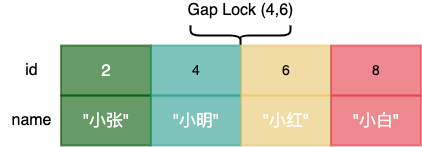
This is img/mysql/mysql-next-key-case-1.png from boilingfrog/Go-POINT, a draw.io export, as it was before one commit. Source tidied: cells renumbered, new cells last; positions are measured from the earlier drawing's top-left corner, leaving out a move shared by most shapes. Source of this version:
```xml
<mxGraphModel>
  <root>
    <mxCell id="0" />
    <mxCell id="1" parent="0" />
    <mxCell id="2" value="&lt;span style=&quot;font-size: 17px&quot;&gt;2&lt;/span&gt;" style="rounded=0;whiteSpace=wrap;html=1;fillStyle=auto;fontSize=14;strokeColor=#005700;strokeWidth=2;fillColor=#005700;fontColor=#ffffff;opacity=60;" parent="1" vertex="1">
      <mxGeometry x="60.5" y="45" width="90" height="50" as="geometry" />
    </mxCell>
    <mxCell id="3" value="4" style="rounded=0;whiteSpace=wrap;html=1;fillStyle=auto;fontSize=14;strokeColor=#2A9D8F;strokeWidth=2;fillColor=#2A9D8F;opacity=60;" parent="1" vertex="1">
      <mxGeometry x="150.5" y="45" width="90" height="50" as="geometry" />
    </mxCell>
    <mxCell id="4" value="6" style="rounded=0;whiteSpace=wrap;html=1;fillStyle=auto;fontSize=14;strokeColor=#E9C46A;strokeWidth=2;fillColor=#E9C46A;opacity=60;" parent="1" vertex="1">
      <mxGeometry x="240.5" y="45" width="90" height="50" as="geometry" />
    </mxCell>
    <mxCell id="5" value="8" style="rounded=0;whiteSpace=wrap;html=1;fillStyle=auto;fontSize=14;strokeColor=#E63946;strokeWidth=2;fillColor=#E63946;opacity=60;" parent="1" vertex="1">
      <mxGeometry x="330.5" y="45" width="90" height="50" as="geometry" />
    </mxCell>
    <mxCell id="6" value="&lt;span style=&quot;font-size: 17px&quot;&gt;&quot;小张&quot;&lt;/span&gt;" style="rounded=0;whiteSpace=wrap;html=1;fillStyle=auto;fontSize=14;strokeColor=#005700;strokeWidth=2;fillColor=#005700;fontColor=#ffffff;opacity=60;" parent="1" vertex="1">
      <mxGeometry x="60.5" y="95" width="90" height="50" as="geometry" />
    </mxCell>
    <mxCell id="7" value="&lt;span style=&quot;color: rgb(255 , 255 , 255) ; font-size: 17px&quot;&gt;&quot;小明&quot;&lt;/span&gt;" style="rounded=0;whiteSpace=wrap;html=1;fillStyle=auto;fontSize=14;strokeColor=#2A9D8F;strokeWidth=2;fillColor=#2A9D8F;opacity=60;" parent="1" vertex="1">
      <mxGeometry x="150.5" y="95" width="90" height="50" as="geometry" />
    </mxCell>
    <mxCell id="8" value="&lt;span style=&quot;color: rgb(255 , 255 , 255) ; font-size: 17px&quot;&gt;&quot;小红&quot;&lt;/span&gt;" style="rounded=0;whiteSpace=wrap;html=1;fillStyle=auto;fontSize=14;strokeColor=#E9C46A;strokeWidth=2;fillColor=#E9C46A;opacity=60;" parent="1" vertex="1">
      <mxGeometry x="240.5" y="95" width="90" height="50" as="geometry" />
    </mxCell>
    <mxCell id="9" value="&lt;span style=&quot;color: rgb(255 , 255 , 255) ; font-size: 17px&quot;&gt;&quot;小白&quot;&lt;/span&gt;" style="rounded=0;whiteSpace=wrap;html=1;fillStyle=auto;fontSize=14;strokeColor=#E63946;strokeWidth=2;fillColor=#E63946;opacity=60;" parent="1" vertex="1">
      <mxGeometry x="330.5" y="95" width="90" height="50" as="geometry" />
    </mxCell>
    <mxCell id="10" value="&lt;font style=&quot;font-size: 16px&quot;&gt;Gap Lock (4,6)&lt;/font&gt;" style="text;html=1;align=center;verticalAlign=middle;strokeColor=none;fillColor=none;" parent="1" vertex="1">
      <mxGeometry x="180" width="120" height="20" as="geometry" />
    </mxCell>
    <mxCell id="11" style="shape=curlyBracket;whiteSpace=wrap;html=1;rounded=1;fontSize=16;direction=north;strokeWidth=2;" parent="1" vertex="1">
      <mxGeometry x="190" y="25" width="100" height="20" as="geometry" />
    </mxCell>
    <mxCell id="12" value="&lt;font style=&quot;font-size: 16px&quot;&gt;id&lt;/font&gt;" style="text;html=1;align=center;verticalAlign=middle;strokeColor=none;fillColor=none;" parent="1" vertex="1">
      <mxGeometry x="15.5" y="60" width="30" height="20" as="geometry" />
    </mxCell>
    <mxCell id="13" value="name" style="text;html=1;align=center;verticalAlign=middle;strokeColor=none;fillColor=none;fontSize=16;" parent="1" vertex="1">
      <mxGeometry x="0.5" y="110" width="60" height="20" as="geometry" />
    </mxCell>
  </root>
</mxGraphModel>
```
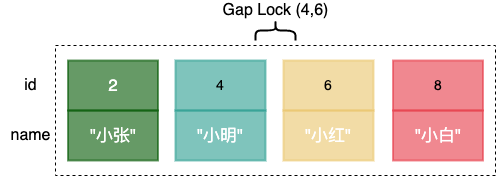
Above is the later version.

Commit message:
feat:MySQL 中的锁

What changed in the source:
```diff
@@ -6,37 +6,40 @@
       <mxGeometry x="60.5" y="45" width="90" height="50" as="geometry" />
     </mxCell>
     <mxCell id="3" value="4" style="rounded=0;whiteSpace=wrap;html=1;fillStyle=auto;fontSize=14;strokeColor=#2A9D8F;strokeWidth=2;fillColor=#2A9D8F;opacity=60;" parent="1" vertex="1">
-      <mxGeometry x="150.5" y="45" width="90" height="50" as="geometry" />
+      <mxGeometry x="168" y="45" width="90" height="50" as="geometry" />
     </mxCell>
     <mxCell id="4" value="6" style="rounded=0;whiteSpace=wrap;html=1;fillStyle=auto;fontSize=14;strokeColor=#E9C46A;strokeWidth=2;fillColor=#E9C46A;opacity=60;" parent="1" vertex="1">
-      <mxGeometry x="240.5" y="45" width="90" height="50" as="geometry" />
+      <mxGeometry x="276" y="45" width="90" height="50" as="geometry" />
     </mxCell>
     <mxCell id="5" value="8" style="rounded=0;whiteSpace=wrap;html=1;fillStyle=auto;fontSize=14;strokeColor=#E63946;strokeWidth=2;fillColor=#E63946;opacity=60;" parent="1" vertex="1">
-      <mxGeometry x="330.5" y="45" width="90" height="50" as="geometry" />
+      <mxGeometry x="385.5" y="45" width="90" height="50" as="geometry" />
     </mxCell>
     <mxCell id="6" value="&lt;span style=&quot;font-size: 17px&quot;&gt;&quot;小张&quot;&lt;/span&gt;" style="rounded=0;whiteSpace=wrap;html=1;fillStyle=auto;fontSize=14;strokeColor=#005700;strokeWidth=2;fillColor=#005700;fontColor=#ffffff;opacity=60;" parent="1" vertex="1">
       <mxGeometry x="60.5" y="95" width="90" height="50" as="geometry" />
     </mxCell>
     <mxCell id="7" value="&lt;span style=&quot;color: rgb(255 , 255 , 255) ; font-size: 17px&quot;&gt;&quot;小明&quot;&lt;/span&gt;" style="rounded=0;whiteSpace=wrap;html=1;fillStyle=auto;fontSize=14;strokeColor=#2A9D8F;strokeWidth=2;fillColor=#2A9D8F;opacity=60;" parent="1" vertex="1">
-      <mxGeometry x="150.5" y="95" width="90" height="50" as="geometry" />
+      <mxGeometry x="168" y="95" width="90" height="50" as="geometry" />
     </mxCell>
     <mxCell id="8" value="&lt;span style=&quot;color: rgb(255 , 255 , 255) ; font-size: 17px&quot;&gt;&quot;小红&quot;&lt;/span&gt;" style="rounded=0;whiteSpace=wrap;html=1;fillStyle=auto;fontSize=14;strokeColor=#E9C46A;strokeWidth=2;fillColor=#E9C46A;opacity=60;" parent="1" vertex="1">
-      <mxGeometry x="240.5" y="95" width="90" height="50" as="geometry" />
+      <mxGeometry x="276" y="95" width="90" height="50" as="geometry" />
     </mxCell>
     <mxCell id="9" value="&lt;span style=&quot;color: rgb(255 , 255 , 255) ; font-size: 17px&quot;&gt;&quot;小白&quot;&lt;/span&gt;" style="rounded=0;whiteSpace=wrap;html=1;fillStyle=auto;fontSize=14;strokeColor=#E63946;strokeWidth=2;fillColor=#E63946;opacity=60;" parent="1" vertex="1">
-      <mxGeometry x="330.5" y="95" width="90" height="50" as="geometry" />
+      <mxGeometry x="385.5" y="95" width="90" height="50" as="geometry" />
     </mxCell>
     <mxCell id="10" value="&lt;font style=&quot;font-size: 16px&quot;&gt;Gap Lock (4,6)&lt;/font&gt;" style="text;html=1;align=center;verticalAlign=middle;strokeColor=none;fillColor=none;" parent="1" vertex="1">
-      <mxGeometry x="180" width="120" height="20" as="geometry" />
+      <mxGeometry x="208" y="-15" width="120" height="20" as="geometry" />
     </mxCell>
-    <mxCell id="11" style="shape=curlyBracket;whiteSpace=wrap;html=1;rounded=1;fontSize=16;direction=north;strokeWidth=2;" parent="1" vertex="1">
-      <mxGeometry x="190" y="25" width="100" height="20" as="geometry" />
+    <mxCell id="11" style="shape=curlyBracket;whiteSpace=wrap;html=1;rounded=1;fontSize=16;direction=south;strokeWidth=2;" parent="1" vertex="1">
+      <mxGeometry x="248" y="5" width="40" height="20" as="geometry" />
     </mxCell>
     <mxCell id="12" value="&lt;font style=&quot;font-size: 16px&quot;&gt;id&lt;/font&gt;" style="text;html=1;align=center;verticalAlign=middle;strokeColor=none;fillColor=none;" parent="1" vertex="1">
-      <mxGeometry x="15.5" y="60" width="30" height="20" as="geometry" />
+      <mxGeometry x="8" y="60" width="30" height="20" as="geometry" />
     </mxCell>
     <mxCell id="13" value="name" style="text;html=1;align=center;verticalAlign=middle;strokeColor=none;fillColor=none;fontSize=16;" parent="1" vertex="1">
-      <mxGeometry x="0.5" y="110" width="60" height="20" as="geometry" />
+      <mxGeometry x="-7" y="110" width="60" height="20" as="geometry" />
     </mxCell>
+    <mxCell id="14" style="verticalLabelPosition=bottom;verticalAlign=top;html=1;shape=mxgraph.basic.rect;fillColor2=none;strokeWidth=1;size=20;indent=5;fillColor=none;dashed=1;" parent="1" vertex="1">
+      <mxGeometry x="48" y="30" width="440" height="130" as="geometry" />
+    </mxCell>
   </root>
 </mxGraphModel>
```
